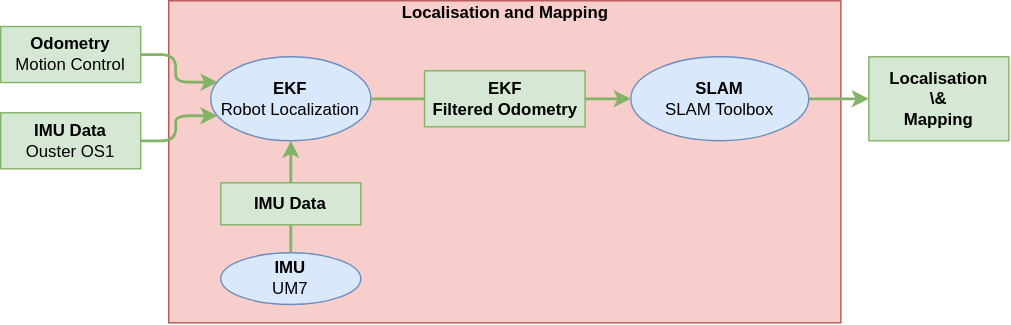
orjano-max/ORJANOS_MASTER_REPO keeps this draw.io diagram as Figures/figLocMapping.drawio.svg. Above is the earlier version. Source tidied: cells renumbered, new cells last; positions are measured from the earlier drawing's top-left corner, leaving out a move shared by most shapes.
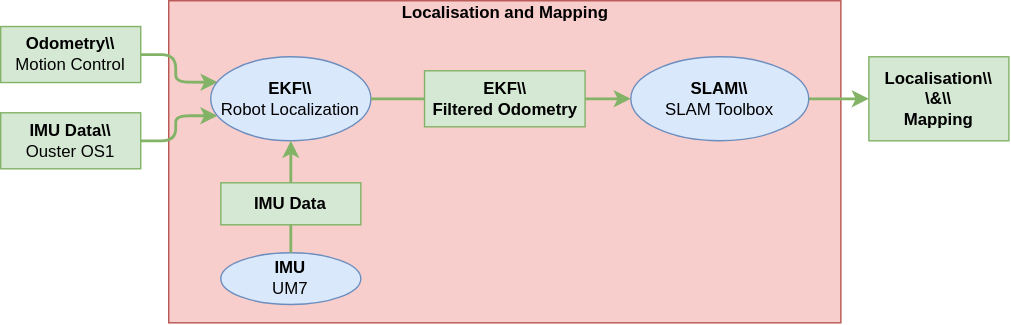
The same file after the commit.

The edit, as a diff of the source:
```diff
@@ -5,10 +5,10 @@
     <mxCell id="2" style="rounded=0;whiteSpace=wrap;html=1;fillColor=#f8cecc;strokeColor=#b85450;" parent="1" vertex="1">
       <mxGeometry x="120" width="480" height="230" as="geometry" />
     </mxCell>
-    <mxCell id="3" value="&lt;b&gt;IMU Data&lt;br&gt;&lt;/b&gt;Ouster OS1&lt;b&gt;&lt;br&gt;&lt;/b&gt;" style="rounded=0;whiteSpace=wrap;html=1;fillColor=#d5e8d4;strokeColor=#82b366;" parent="1" vertex="1">
+    <mxCell id="3" value="&lt;b&gt;IMU Data\\&lt;br&gt;&lt;/b&gt;Ouster OS1&lt;b&gt;&lt;br&gt;&lt;/b&gt;" style="rounded=0;whiteSpace=wrap;html=1;fillColor=#d5e8d4;strokeColor=#82b366;" parent="1" vertex="1">
       <mxGeometry y="80" width="100" height="40" as="geometry" />
     </mxCell>
-    <mxCell id="4" value="&lt;b&gt;Odometry&lt;br&gt;&lt;/b&gt;Motion Control&lt;b&gt;&lt;br&gt;&lt;/b&gt;" style="rounded=0;whiteSpace=wrap;html=1;fillColor=#d5e8d4;strokeColor=#82b366;" parent="1" vertex="1">
+    <mxCell id="4" value="&lt;b&gt;Odometry\\&lt;br&gt;&lt;/b&gt;Motion Control&lt;b&gt;&lt;br&gt;&lt;/b&gt;" style="rounded=0;whiteSpace=wrap;html=1;fillColor=#d5e8d4;strokeColor=#82b366;" parent="1" vertex="1">
       <mxGeometry y="18.4" width="100" height="40" as="geometry" />
     </mxCell>
     <mxCell id="5" style="edgeStyle=orthogonalEdgeStyle;jettySize=auto;html=1;fillColor=#d5e8d4;strokeColor=#82b366;strokeWidth=2;rounded=1;exitX=1;exitY=0.5;exitDx=0;exitDy=0;entryX=0.042;entryY=0.702;entryDx=0;entryDy=0;entryPerimeter=0;" parent="1" edge="1" source="3" target="12">
@@ -17,7 +17,7 @@
     <mxCell id="6" style="edgeStyle=orthogonalEdgeStyle;jettySize=auto;html=1;fillColor=#d5e8d4;strokeColor=#82b366;strokeWidth=2;rounded=1;exitX=1;exitY=0.5;exitDx=0;exitDy=0;entryX=0.043;entryY=0.303;entryDx=0;entryDy=0;entryPerimeter=0;" parent="1" edge="1" source="4" target="12">
       <mxGeometry relative="1" as="geometry" />
     </mxCell>
-    <mxCell id="7" value="&lt;b&gt;Localisation&lt;br&gt;&lt;/b&gt;&lt;div&gt;&lt;b&gt;\&amp;amp;&lt;/b&gt;&lt;/div&gt;&lt;div&gt;&lt;b&gt;Mapping&lt;br&gt;&lt;/b&gt;&lt;/div&gt;" style="rounded=0;whiteSpace=wrap;html=1;fillColor=#d5e8d4;strokeColor=#82b366;" parent="1" vertex="1">
+    <mxCell id="7" value="&lt;b&gt;Localisation\\&lt;br&gt;&lt;/b&gt;&lt;div&gt;&lt;b&gt;\&amp;amp;\\&lt;/b&gt;&lt;/div&gt;&lt;div&gt;&lt;b&gt;Mapping&lt;br&gt;&lt;/b&gt;&lt;/div&gt;" style="rounded=0;whiteSpace=wrap;html=1;fillColor=#d5e8d4;strokeColor=#82b366;" parent="1" vertex="1">
       <mxGeometry x="620" y="40" width="100" height="60" as="geometry" />
     </mxCell>
     <mxCell id="8" style="edgeStyle=orthogonalEdgeStyle;jettySize=auto;html=1;fillColor=#d5e8d4;strokeColor=#82b366;strokeWidth=2;rounded=1;exitX=1;exitY=0.5;exitDx=0;exitDy=0;entryX=0;entryY=0.5;entryDx=0;entryDy=0;" parent="1" edge="1" source="13" target="7">
@@ -29,13 +29,13 @@
     <mxCell id="10" value="IMU&lt;br&gt;&lt;span style=&quot;font-weight: normal;&quot;&gt;UM7&lt;br&gt;&lt;/span&gt;" style="ellipse;whiteSpace=wrap;html=1;fillColor=#dae8fc;strokeColor=#6c8ebf;fontStyle=1;" parent="1" vertex="1">
       <mxGeometry x="157.2" y="180" width="100" height="36.9" as="geometry" />
     </mxCell>
-    <mxCell id="11" value="&lt;b&gt;EKF&lt;br&gt;Filtered Odometry&lt;br&gt;&lt;/b&gt;" style="rounded=0;whiteSpace=wrap;html=1;fillColor=#d5e8d4;strokeColor=#82b366;" parent="1" vertex="1">
+    <mxCell id="11" value="&lt;b&gt;EKF\\&lt;br&gt;Filtered Odometry&lt;br&gt;&lt;/b&gt;" style="rounded=0;whiteSpace=wrap;html=1;fillColor=#d5e8d4;strokeColor=#82b366;" parent="1" vertex="1">
       <mxGeometry x="302.7" y="50" width="114.6" height="40" as="geometry" />
     </mxCell>
-    <mxCell id="12" value="EKF&lt;br&gt;&lt;span style=&quot;font-weight: normal;&quot;&gt;Robot Localization&lt;br&gt;&lt;/span&gt;" style="ellipse;whiteSpace=wrap;html=1;fillColor=#dae8fc;strokeColor=#6c8ebf;fontStyle=1;" parent="1" vertex="1">
+    <mxCell id="12" value="EKF\\&lt;br&gt;&lt;span style=&quot;font-weight: normal;&quot;&gt;Robot Localization&lt;br&gt;&lt;/span&gt;" style="ellipse;whiteSpace=wrap;html=1;fillColor=#dae8fc;strokeColor=#6c8ebf;fontStyle=1;" parent="1" vertex="1">
       <mxGeometry x="150" y="40" width="114.4" height="60" as="geometry" />
     </mxCell>
-    <mxCell id="13" value="SLAM&lt;br&gt;&lt;span style=&quot;font-weight: normal;&quot;&gt;SLAM Toolbox&lt;/span&gt;" style="ellipse;whiteSpace=wrap;html=1;fillColor=#dae8fc;strokeColor=#6c8ebf;fontStyle=1;" parent="1" vertex="1">
+    <mxCell id="13" value="SLAM\\&lt;br&gt;&lt;span style=&quot;font-weight: normal;&quot;&gt;SLAM Toolbox&lt;/span&gt;" style="ellipse;whiteSpace=wrap;html=1;fillColor=#dae8fc;strokeColor=#6c8ebf;fontStyle=1;" parent="1" vertex="1">
       <mxGeometry x="450" y="40" width="127.1" height="60" as="geometry" />
     </mxCell>
     <mxCell id="14" value="&lt;b&gt;IMU Data&lt;br&gt;&lt;/b&gt;" style="rounded=0;whiteSpace=wrap;html=1;fillColor=#d5e8d4;strokeColor=#82b366;" parent="1" vertex="1">
```
